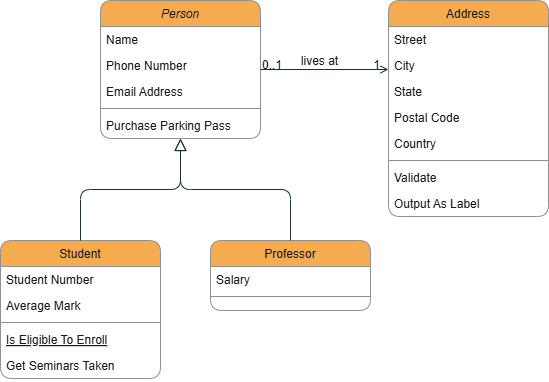
Before: Trail.drawio.png, a diagram exported from draw.io (ravisankargv96/1.SpringWebApp). Source tidied: cells renumbered, new cells last; positions are measured from the earlier drawing's top-left corner, leaving out a move shared by most shapes.
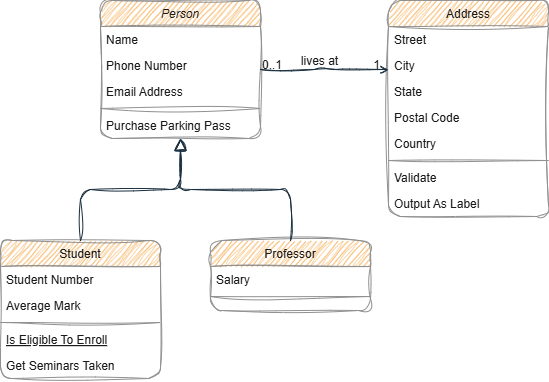
Later version of the same file.

Change to the diagram source:
```diff
@@ -2,100 +2,100 @@
   <root>
     <mxCell id="0" />
     <mxCell id="1" parent="0" />
-    <mxCell id="2" value="Person" style="swimlane;fontStyle=2;align=center;verticalAlign=top;horizontal=1;startSize=26;rounded=1;shadow=0;strokeWidth=1;labelBackgroundColor=none;fillColor=#F5AB50;strokeColor=#909090;fontColor=#1A1A1A;" parent="1" vertex="1">
+    <mxCell id="2" value="Person" style="swimlane;fontStyle=2;align=center;verticalAlign=top;horizontal=1;startSize=26;rounded=1;shadow=0;strokeWidth=1;labelBackgroundColor=none;fillColor=#F5AB50;strokeColor=#909090;fontColor=#1A1A1A;sketch=1;curveFitting=1;jiggle=2;" parent="1" vertex="1">
       <mxGeometry x="100" width="160" height="138" as="geometry" />
     </mxCell>
-    <mxCell id="3" value="Name" style="text;align=left;verticalAlign=top;spacingLeft=4;spacingRight=4;overflow=hidden;labelBackgroundColor=none;rounded=1;fontColor=#1A1A1A;" parent="2" vertex="1">
+    <mxCell id="3" value="Name" style="text;align=left;verticalAlign=top;spacingLeft=4;spacingRight=4;overflow=hidden;labelBackgroundColor=none;rounded=1;fontColor=#1A1A1A;sketch=1;curveFitting=1;jiggle=2;" parent="2" vertex="1">
       <mxGeometry y="26" width="160" height="26" as="geometry" />
     </mxCell>
-    <mxCell id="4" value="Phone Number" style="text;align=left;verticalAlign=top;spacingLeft=4;spacingRight=4;overflow=hidden;rounded=1;shadow=0;html=0;labelBackgroundColor=none;fontColor=#1A1A1A;" parent="2" vertex="1">
+    <mxCell id="4" value="Phone Number" style="text;align=left;verticalAlign=top;spacingLeft=4;spacingRight=4;overflow=hidden;rounded=1;shadow=0;html=0;labelBackgroundColor=none;fontColor=#1A1A1A;sketch=1;curveFitting=1;jiggle=2;" parent="2" vertex="1">
       <mxGeometry y="52" width="160" height="26" as="geometry" />
     </mxCell>
-    <mxCell id="5" value="Email Address" style="text;align=left;verticalAlign=top;spacingLeft=4;spacingRight=4;overflow=hidden;rounded=1;shadow=0;html=0;labelBackgroundColor=none;fontColor=#1A1A1A;" parent="2" vertex="1">
+    <mxCell id="5" value="Email Address" style="text;align=left;verticalAlign=top;spacingLeft=4;spacingRight=4;overflow=hidden;rounded=1;shadow=0;html=0;labelBackgroundColor=none;fontColor=#1A1A1A;sketch=1;curveFitting=1;jiggle=2;" parent="2" vertex="1">
       <mxGeometry y="78" width="160" height="26" as="geometry" />
     </mxCell>
-    <mxCell id="6" style="line;html=1;strokeWidth=1;align=left;verticalAlign=middle;spacingTop=-1;spacingLeft=3;spacingRight=3;labelPosition=right;labelBackgroundColor=none;rounded=1;fillColor=#F5AB50;strokeColor=#909090;fontColor=#1A1A1A;" parent="2" vertex="1">
+    <mxCell id="6" style="line;html=1;strokeWidth=1;align=left;verticalAlign=middle;spacingTop=-1;spacingLeft=3;spacingRight=3;labelPosition=right;labelBackgroundColor=none;rounded=1;fillColor=#F5AB50;strokeColor=#909090;fontColor=#1A1A1A;sketch=1;curveFitting=1;jiggle=2;" parent="2" vertex="1">
       <mxGeometry y="104" width="160" height="8" as="geometry" />
     </mxCell>
-    <mxCell id="7" value="Purchase Parking Pass" style="text;align=left;verticalAlign=top;spacingLeft=4;spacingRight=4;overflow=hidden;labelBackgroundColor=none;rounded=1;fontColor=#1A1A1A;" parent="2" vertex="1">
+    <mxCell id="7" value="Purchase Parking Pass" style="text;align=left;verticalAlign=top;spacingLeft=4;spacingRight=4;overflow=hidden;labelBackgroundColor=none;rounded=1;fontColor=#1A1A1A;sketch=1;curveFitting=1;jiggle=2;" parent="2" vertex="1">
       <mxGeometry y="112" width="160" height="26" as="geometry" />
     </mxCell>
-    <mxCell id="8" value="Student" style="swimlane;fontStyle=0;align=center;verticalAlign=top;horizontal=1;startSize=26;rounded=1;shadow=0;strokeWidth=1;labelBackgroundColor=none;fillColor=#F5AB50;strokeColor=#909090;fontColor=#1A1A1A;" parent="1" vertex="1">
+    <mxCell id="8" value="Student" style="swimlane;fontStyle=0;align=center;verticalAlign=top;horizontal=1;startSize=26;rounded=1;shadow=0;strokeWidth=1;labelBackgroundColor=none;fillColor=#F5AB50;strokeColor=#909090;fontColor=#1A1A1A;sketch=1;curveFitting=1;jiggle=2;" parent="1" vertex="1">
       <mxGeometry y="240" width="160" height="138" as="geometry" />
     </mxCell>
-    <mxCell id="9" value="Student Number" style="text;align=left;verticalAlign=top;spacingLeft=4;spacingRight=4;overflow=hidden;labelBackgroundColor=none;rounded=1;fontColor=#1A1A1A;" parent="8" vertex="1">
+    <mxCell id="9" value="Student Number" style="text;align=left;verticalAlign=top;spacingLeft=4;spacingRight=4;overflow=hidden;labelBackgroundColor=none;rounded=1;fontColor=#1A1A1A;sketch=1;curveFitting=1;jiggle=2;" parent="8" vertex="1">
       <mxGeometry y="26" width="160" height="26" as="geometry" />
     </mxCell>
-    <mxCell id="10" value="Average Mark" style="text;align=left;verticalAlign=top;spacingLeft=4;spacingRight=4;overflow=hidden;rounded=1;shadow=0;html=0;labelBackgroundColor=none;fontColor=#1A1A1A;" parent="8" vertex="1">
+    <mxCell id="10" value="Average Mark" style="text;align=left;verticalAlign=top;spacingLeft=4;spacingRight=4;overflow=hidden;rounded=1;shadow=0;html=0;labelBackgroundColor=none;fontColor=#1A1A1A;sketch=1;curveFitting=1;jiggle=2;" parent="8" vertex="1">
       <mxGeometry y="52" width="160" height="26" as="geometry" />
     </mxCell>
-    <mxCell id="11" style="line;html=1;strokeWidth=1;align=left;verticalAlign=middle;spacingTop=-1;spacingLeft=3;spacingRight=3;labelPosition=right;labelBackgroundColor=none;rounded=1;fillColor=#F5AB50;strokeColor=#909090;fontColor=#1A1A1A;" parent="8" vertex="1">
+    <mxCell id="11" style="line;html=1;strokeWidth=1;align=left;verticalAlign=middle;spacingTop=-1;spacingLeft=3;spacingRight=3;labelPosition=right;labelBackgroundColor=none;rounded=1;fillColor=#F5AB50;strokeColor=#909090;fontColor=#1A1A1A;sketch=1;curveFitting=1;jiggle=2;" parent="8" vertex="1">
       <mxGeometry y="78" width="160" height="8" as="geometry" />
     </mxCell>
-    <mxCell id="12" value="Is Eligible To Enroll" style="text;align=left;verticalAlign=top;spacingLeft=4;spacingRight=4;overflow=hidden;fontStyle=4;labelBackgroundColor=none;rounded=1;fontColor=#1A1A1A;" parent="8" vertex="1">
+    <mxCell id="12" value="Is Eligible To Enroll" style="text;align=left;verticalAlign=top;spacingLeft=4;spacingRight=4;overflow=hidden;fontStyle=4;labelBackgroundColor=none;rounded=1;fontColor=#1A1A1A;sketch=1;curveFitting=1;jiggle=2;" parent="8" vertex="1">
       <mxGeometry y="86" width="160" height="26" as="geometry" />
     </mxCell>
-    <mxCell id="13" value="Get Seminars Taken" style="text;align=left;verticalAlign=top;spacingLeft=4;spacingRight=4;overflow=hidden;labelBackgroundColor=none;rounded=1;fontColor=#1A1A1A;" parent="8" vertex="1">
+    <mxCell id="13" value="Get Seminars Taken" style="text;align=left;verticalAlign=top;spacingLeft=4;spacingRight=4;overflow=hidden;labelBackgroundColor=none;rounded=1;fontColor=#1A1A1A;sketch=1;curveFitting=1;jiggle=2;" parent="8" vertex="1">
       <mxGeometry y="112" width="160" height="26" as="geometry" />
     </mxCell>
-    <mxCell id="14" style="endArrow=block;endSize=10;endFill=0;shadow=0;strokeWidth=1;rounded=1;curved=0;edgeStyle=elbowEdgeStyle;elbow=vertical;labelBackgroundColor=none;fontColor=default;strokeColor=#182E3E;" parent="1" edge="1" source="8" target="2">
+    <mxCell id="14" style="endArrow=block;endSize=10;endFill=0;shadow=0;strokeWidth=1;rounded=1;curved=0;edgeStyle=elbowEdgeStyle;elbow=vertical;labelBackgroundColor=none;fontColor=default;strokeColor=#182E3E;sketch=1;curveFitting=1;jiggle=2;" parent="1" edge="1" source="8" target="2">
       <mxGeometry relative="1" as="geometry" />
     </mxCell>
-    <mxCell id="15" value="Professor" style="swimlane;fontStyle=0;align=center;verticalAlign=top;horizontal=1;startSize=26;rounded=1;shadow=0;strokeWidth=1;labelBackgroundColor=none;fillColor=#F5AB50;strokeColor=#909090;fontColor=#1A1A1A;" parent="1" vertex="1">
+    <mxCell id="15" value="Professor" style="swimlane;fontStyle=0;align=center;verticalAlign=top;horizontal=1;startSize=26;rounded=1;shadow=0;strokeWidth=1;labelBackgroundColor=none;fillColor=#F5AB50;strokeColor=#909090;fontColor=#1A1A1A;sketch=1;curveFitting=1;jiggle=2;" parent="1" vertex="1">
       <mxGeometry x="210" y="240" width="160" height="70" as="geometry" />
     </mxCell>
-    <mxCell id="16" value="Salary" style="text;align=left;verticalAlign=top;spacingLeft=4;spacingRight=4;overflow=hidden;labelBackgroundColor=none;rounded=1;fontColor=#1A1A1A;" parent="15" vertex="1">
+    <mxCell id="16" value="Salary" style="text;align=left;verticalAlign=top;spacingLeft=4;spacingRight=4;overflow=hidden;labelBackgroundColor=none;rounded=1;fontColor=#1A1A1A;sketch=1;curveFitting=1;jiggle=2;" parent="15" vertex="1">
       <mxGeometry y="26" width="160" height="26" as="geometry" />
     </mxCell>
-    <mxCell id="17" style="line;html=1;strokeWidth=1;align=left;verticalAlign=middle;spacingTop=-1;spacingLeft=3;spacingRight=3;labelPosition=right;labelBackgroundColor=none;rounded=1;fillColor=#F5AB50;strokeColor=#909090;fontColor=#1A1A1A;" parent="15" vertex="1">
+    <mxCell id="17" style="line;html=1;strokeWidth=1;align=left;verticalAlign=middle;spacingTop=-1;spacingLeft=3;spacingRight=3;labelPosition=right;labelBackgroundColor=none;rounded=1;fillColor=#F5AB50;strokeColor=#909090;fontColor=#1A1A1A;sketch=1;curveFitting=1;jiggle=2;" parent="15" vertex="1">
       <mxGeometry y="52" width="160" height="8" as="geometry" />
     </mxCell>
-    <mxCell id="18" style="endArrow=block;endSize=10;endFill=0;shadow=0;strokeWidth=1;rounded=1;curved=0;edgeStyle=elbowEdgeStyle;elbow=vertical;labelBackgroundColor=none;fontColor=default;strokeColor=#182E3E;" parent="1" edge="1" source="15" target="2">
+    <mxCell id="18" style="endArrow=block;endSize=10;endFill=0;shadow=0;strokeWidth=1;rounded=1;curved=0;edgeStyle=elbowEdgeStyle;elbow=vertical;labelBackgroundColor=none;fontColor=default;strokeColor=#182E3E;sketch=1;curveFitting=1;jiggle=2;" parent="1" edge="1" source="15" target="2">
       <mxGeometry relative="1" as="geometry" />
     </mxCell>
-    <mxCell id="19" value="Address" style="swimlane;fontStyle=0;align=center;verticalAlign=top;horizontal=1;startSize=26;rounded=1;shadow=0;strokeWidth=1;labelBackgroundColor=none;fillColor=#F5AB50;strokeColor=#909090;fontColor=#1A1A1A;" parent="1" vertex="1">
+    <mxCell id="19" value="Address" style="swimlane;fontStyle=0;align=center;verticalAlign=top;horizontal=1;startSize=26;rounded=1;shadow=0;strokeWidth=1;labelBackgroundColor=none;fillColor=#F5AB50;strokeColor=#909090;fontColor=#1A1A1A;sketch=1;curveFitting=1;jiggle=2;" parent="1" vertex="1">
       <mxGeometry x="388" width="160" height="216" as="geometry" />
     </mxCell>
-    <mxCell id="20" value="Street" style="text;align=left;verticalAlign=top;spacingLeft=4;spacingRight=4;overflow=hidden;labelBackgroundColor=none;rounded=1;fontColor=#1A1A1A;" parent="19" vertex="1">
+    <mxCell id="20" value="Street" style="text;align=left;verticalAlign=top;spacingLeft=4;spacingRight=4;overflow=hidden;labelBackgroundColor=none;rounded=1;fontColor=#1A1A1A;sketch=1;curveFitting=1;jiggle=2;" parent="19" vertex="1">
       <mxGeometry y="26" width="160" height="26" as="geometry" />
     </mxCell>
-    <mxCell id="21" value="City" style="text;align=left;verticalAlign=top;spacingLeft=4;spacingRight=4;overflow=hidden;rounded=1;shadow=0;html=0;labelBackgroundColor=none;fontColor=#1A1A1A;" parent="19" vertex="1">
+    <mxCell id="21" value="City" style="text;align=left;verticalAlign=top;spacingLeft=4;spacingRight=4;overflow=hidden;rounded=1;shadow=0;html=0;labelBackgroundColor=none;fontColor=#1A1A1A;sketch=1;curveFitting=1;jiggle=2;" parent="19" vertex="1">
       <mxGeometry y="52" width="160" height="26" as="geometry" />
     </mxCell>
-    <mxCell id="22" value="State" style="text;align=left;verticalAlign=top;spacingLeft=4;spacingRight=4;overflow=hidden;rounded=1;shadow=0;html=0;labelBackgroundColor=none;fontColor=#1A1A1A;" parent="19" vertex="1">
+    <mxCell id="22" value="State" style="text;align=left;verticalAlign=top;spacingLeft=4;spacingRight=4;overflow=hidden;rounded=1;shadow=0;html=0;labelBackgroundColor=none;fontColor=#1A1A1A;sketch=1;curveFitting=1;jiggle=2;" parent="19" vertex="1">
       <mxGeometry y="78" width="160" height="26" as="geometry" />
     </mxCell>
-    <mxCell id="23" value="Postal Code" style="text;align=left;verticalAlign=top;spacingLeft=4;spacingRight=4;overflow=hidden;rounded=1;shadow=0;html=0;labelBackgroundColor=none;fontColor=#1A1A1A;" parent="19" vertex="1">
+    <mxCell id="23" value="Postal Code" style="text;align=left;verticalAlign=top;spacingLeft=4;spacingRight=4;overflow=hidden;rounded=1;shadow=0;html=0;labelBackgroundColor=none;fontColor=#1A1A1A;sketch=1;curveFitting=1;jiggle=2;" parent="19" vertex="1">
       <mxGeometry y="104" width="160" height="26" as="geometry" />
     </mxCell>
-    <mxCell id="24" value="Country" style="text;align=left;verticalAlign=top;spacingLeft=4;spacingRight=4;overflow=hidden;rounded=1;shadow=0;html=0;labelBackgroundColor=none;fontColor=#1A1A1A;" parent="19" vertex="1">
+    <mxCell id="24" value="Country" style="text;align=left;verticalAlign=top;spacingLeft=4;spacingRight=4;overflow=hidden;rounded=1;shadow=0;html=0;labelBackgroundColor=none;fontColor=#1A1A1A;sketch=1;curveFitting=1;jiggle=2;" parent="19" vertex="1">
       <mxGeometry y="130" width="160" height="26" as="geometry" />
     </mxCell>
-    <mxCell id="25" style="line;html=1;strokeWidth=1;align=left;verticalAlign=middle;spacingTop=-1;spacingLeft=3;spacingRight=3;labelPosition=right;labelBackgroundColor=none;rounded=1;fillColor=#F5AB50;strokeColor=#909090;fontColor=#1A1A1A;" parent="19" vertex="1">
+    <mxCell id="25" style="line;html=1;strokeWidth=1;align=left;verticalAlign=middle;spacingTop=-1;spacingLeft=3;spacingRight=3;labelPosition=right;labelBackgroundColor=none;rounded=1;fillColor=#F5AB50;strokeColor=#909090;fontColor=#1A1A1A;sketch=1;curveFitting=1;jiggle=2;" parent="19" vertex="1">
       <mxGeometry y="156" width="160" height="8" as="geometry" />
     </mxCell>
-    <mxCell id="26" value="Validate" style="text;align=left;verticalAlign=top;spacingLeft=4;spacingRight=4;overflow=hidden;labelBackgroundColor=none;rounded=1;fontColor=#1A1A1A;" parent="19" vertex="1">
+    <mxCell id="26" value="Validate" style="text;align=left;verticalAlign=top;spacingLeft=4;spacingRight=4;overflow=hidden;labelBackgroundColor=none;rounded=1;fontColor=#1A1A1A;sketch=1;curveFitting=1;jiggle=2;" parent="19" vertex="1">
       <mxGeometry y="164" width="160" height="26" as="geometry" />
     </mxCell>
-    <mxCell id="27" value="Output As Label" style="text;align=left;verticalAlign=top;spacingLeft=4;spacingRight=4;overflow=hidden;labelBackgroundColor=none;rounded=1;fontColor=#1A1A1A;" parent="19" vertex="1">
+    <mxCell id="27" value="Output As Label" style="text;align=left;verticalAlign=top;spacingLeft=4;spacingRight=4;overflow=hidden;labelBackgroundColor=none;rounded=1;fontColor=#1A1A1A;sketch=1;curveFitting=1;jiggle=2;" parent="19" vertex="1">
       <mxGeometry y="190" width="160" height="26" as="geometry" />
     </mxCell>
-    <mxCell id="28" style="endArrow=open;shadow=0;strokeWidth=1;rounded=1;curved=0;endFill=1;edgeStyle=elbowEdgeStyle;elbow=vertical;labelBackgroundColor=none;fontColor=default;strokeColor=#182E3E;" parent="1" edge="1" source="2" target="19">
+    <mxCell id="28" style="endArrow=open;shadow=0;strokeWidth=1;rounded=1;curved=0;endFill=1;edgeStyle=elbowEdgeStyle;elbow=vertical;labelBackgroundColor=none;fontColor=default;strokeColor=#182E3E;sketch=1;curveFitting=1;jiggle=2;" parent="1" edge="1" source="2" target="19">
       <mxGeometry x="0.5" y="41" relative="1" as="geometry">
         <mxPoint x="-40" y="32" as="offset" />
       </mxGeometry>
     </mxCell>
-    <mxCell id="29" value="0..1" style="align=left;verticalAlign=bottom;labelBackgroundColor=none;fontSize=12;rounded=1;fillColor=#F5AB50;strokeColor=#909090;fontColor=#1A1A1A;" parent="28" vertex="1">
+    <mxCell id="29" value="0..1" style="align=left;verticalAlign=bottom;labelBackgroundColor=none;fontSize=12;rounded=1;fillColor=#F5AB50;strokeColor=#909090;fontColor=#1A1A1A;sketch=1;curveFitting=1;jiggle=2;" parent="28" vertex="1">
       <mxGeometry x="-1" relative="1" as="geometry">
         <mxPoint y="4" as="offset" />
       </mxGeometry>
     </mxCell>
-    <mxCell id="30" value="1" style="align=right;verticalAlign=bottom;labelBackgroundColor=none;fontSize=12;rounded=1;fillColor=#F5AB50;strokeColor=#909090;fontColor=#1A1A1A;" parent="28" vertex="1">
+    <mxCell id="30" value="1" style="align=right;verticalAlign=bottom;labelBackgroundColor=none;fontSize=12;rounded=1;fillColor=#F5AB50;strokeColor=#909090;fontColor=#1A1A1A;sketch=1;curveFitting=1;jiggle=2;" parent="28" vertex="1">
       <mxGeometry x="1" relative="1" as="geometry">
         <mxPoint x="-7" y="4" as="offset" />
       </mxGeometry>
     </mxCell>
-    <mxCell id="31" value="lives at" style="text;html=1;align=center;verticalAlign=middle;labelBackgroundColor=none;rounded=1;shadow=0;strokeWidth=1;fontSize=12;fontColor=#1A1A1A;" parent="28" vertex="1">
+    <mxCell id="31" value="lives at" style="text;html=1;align=center;verticalAlign=middle;labelBackgroundColor=none;rounded=1;shadow=0;strokeWidth=1;fontSize=12;fontColor=#1A1A1A;sketch=1;curveFitting=1;jiggle=2;" parent="28" vertex="1">
       <mxGeometry x="0.5" y="49" relative="1" as="geometry">
         <mxPoint x="-38" y="40" as="offset" />
       </mxGeometry>
```
